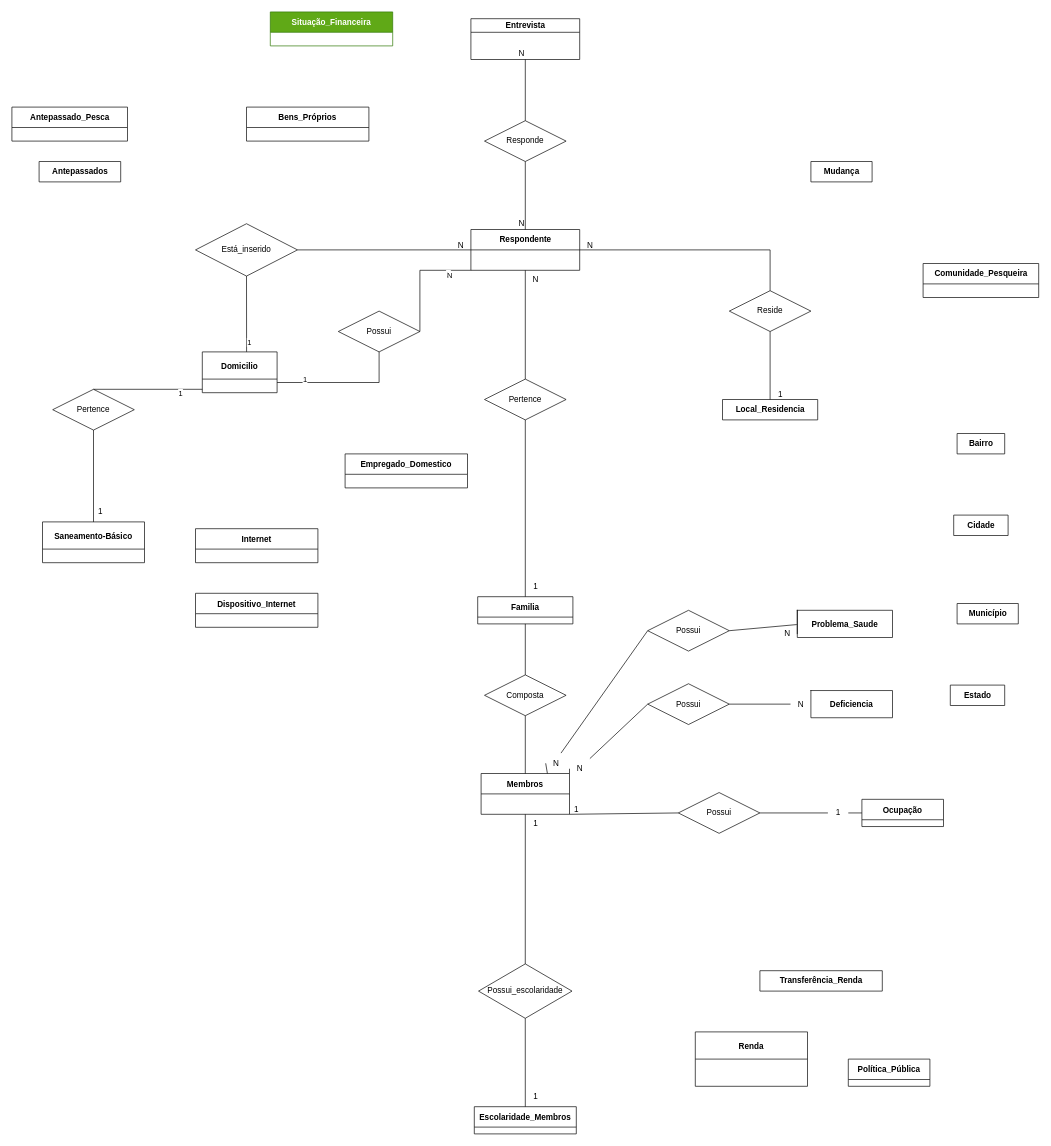
This is mer_1.drawio from larisard/mer, a draw.io file, before an edit. Source tidied: cells renumbered, new cells numbered last; positions are measured from the earlier drawing's top-left corner, leaving out a move shared by most shapes. Both pictures are drawn from the tidied source at 68%, with x=0, y=0 at pixel (12, 12).
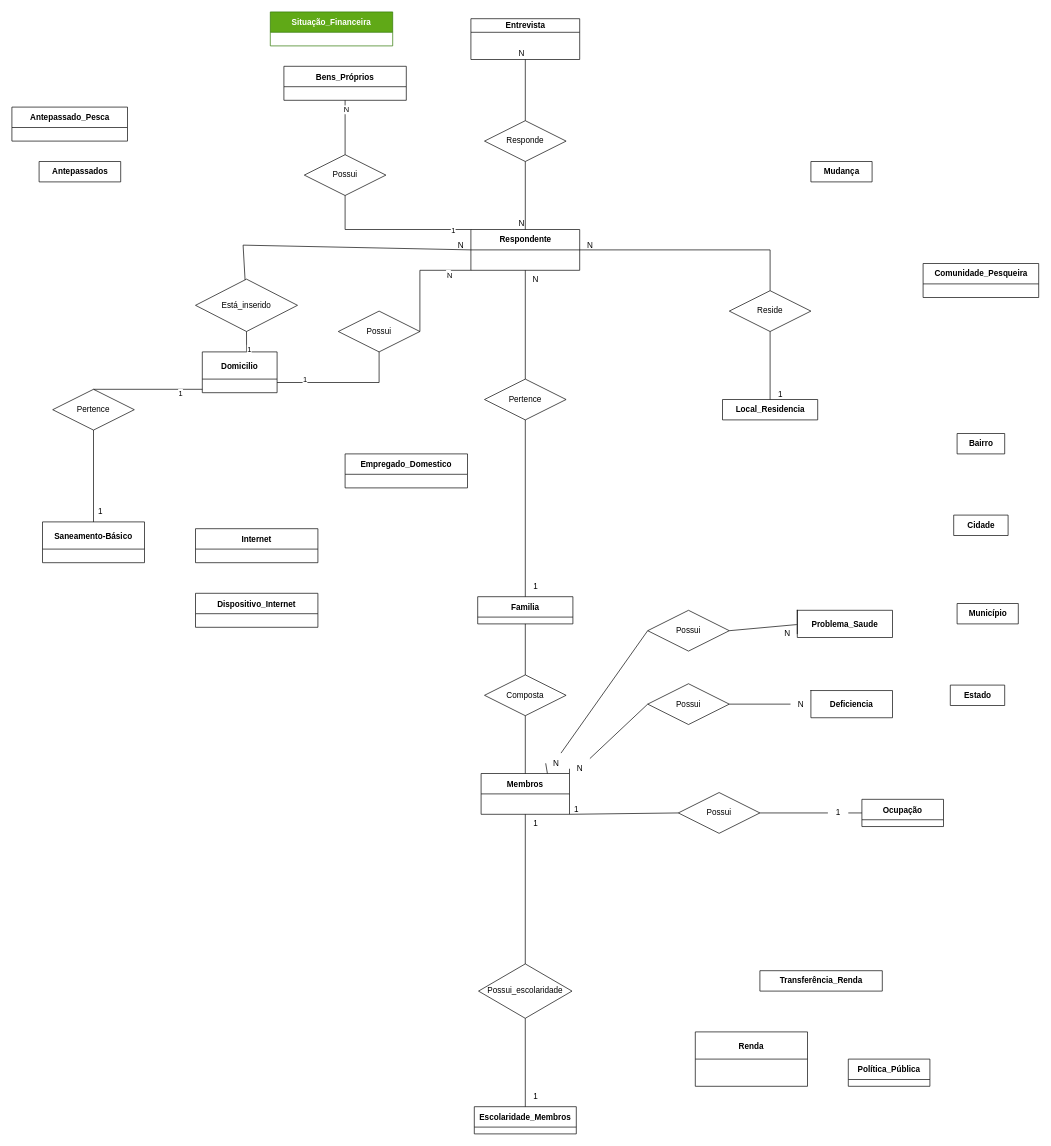
The same diagram, later.

Unchanged cells that the change refers to:
```xml
<mxCell id="10" value="Respondente" style="shape=table;startSize=30;childLayout=tableLayout;rowLines=0;fontStyle=1;align=center;html=1;" parent="1" vertex="1" collapsed="1">
  <mxGeometry x="675" y="320" width="160" height="60" as="geometry" />
</mxCell>
```

The edit, as a diff of the source:
```diff
@@
     <mxCell id="23" value="Bens_Próprios" style="shape=table;startSize=30;childLayout=tableLayout;rowLines=0;fontStyle=1;align=center;" parent="1" vertex="1" collapsed="1">
-      <mxGeometry x="345" y="140" width="180" height="50" as="geometry" />
+      <mxGeometry x="400" y="80" width="180" height="50" as="geometry" />
     </mxCell>
@@
     <mxCell id="72" value="Está_inserido" style="shape=rhombus;perimeter=rhombusPerimeter;whiteSpace=wrap;html=1;align=center;" parent="1" vertex="1">
-      <mxGeometry x="270" y="311.5" width="150" height="77" as="geometry" />
+      <mxGeometry x="270" y="393" width="150" height="77" as="geometry" />
     </mxCell>
-    <mxCell id="73" style="endArrow=none;html=1;rounded=0;exitX=1;exitY=0.5;exitDx=0;exitDy=0;entryX=0;entryY=0.5;entryDx=0;entryDy=0;" parent="1" edge="1" source="72" target="10">
-      <mxGeometry relative="1" as="geometry" />
+    <mxCell id="73" style="endArrow=none;html=1;rounded=0;entryX=0;entryY=0.5;entryDx=0;entryDy=0;" parent="1" edge="1" source="72" target="10">
+      <mxGeometry relative="1" as="geometry">
+        <Array as="points">
+          <mxPoint x="340" y="343" />
+        </Array>
+      </mxGeometry>
     </mxCell>
@@
+    <mxCell id="88" value="Possui" style="shape=rhombus;perimeter=rhombusPerimeter;whiteSpace=wrap;html=1;align=center;" parent="1" vertex="1">
+      <mxGeometry x="430" y="210" width="120" height="60" as="geometry" />
+    </mxCell>
+    <mxCell id="89" style="endArrow=none;html=1;rounded=0;entryX=0;entryY=0;entryDx=0;entryDy=0;exitX=0.5;exitY=1;exitDx=0;exitDy=0;" parent="1" edge="1" source="88" target="10">
+      <mxGeometry relative="1" as="geometry">
+        <Array as="points">
+          <mxPoint x="490" y="320" />
+        </Array>
+      </mxGeometry>
+    </mxCell>
+    <mxCell id="90" value="1" style="edgeLabel;html=1;align=center;verticalAlign=middle;" parent="89" vertex="1">
+      <mxGeometry x="0.77" y="-1" relative="1" as="geometry" />
+    </mxCell>
+    <mxCell id="91" style="endArrow=none;html=1;rounded=0;entryX=0.5;entryY=0;entryDx=0;entryDy=0;exitX=0.5;exitY=1;exitDx=0;exitDy=0;" parent="1" edge="1" source="23" target="88">
+      <mxGeometry relative="1" as="geometry" />
+    </mxCell>
+    <mxCell id="92" value="N" style="edgeLabel;html=1;align=center;verticalAlign=middle;" parent="91" vertex="1">
+      <mxGeometry x="-0.68" y="1" relative="1" as="geometry" />
+    </mxCell>
```
